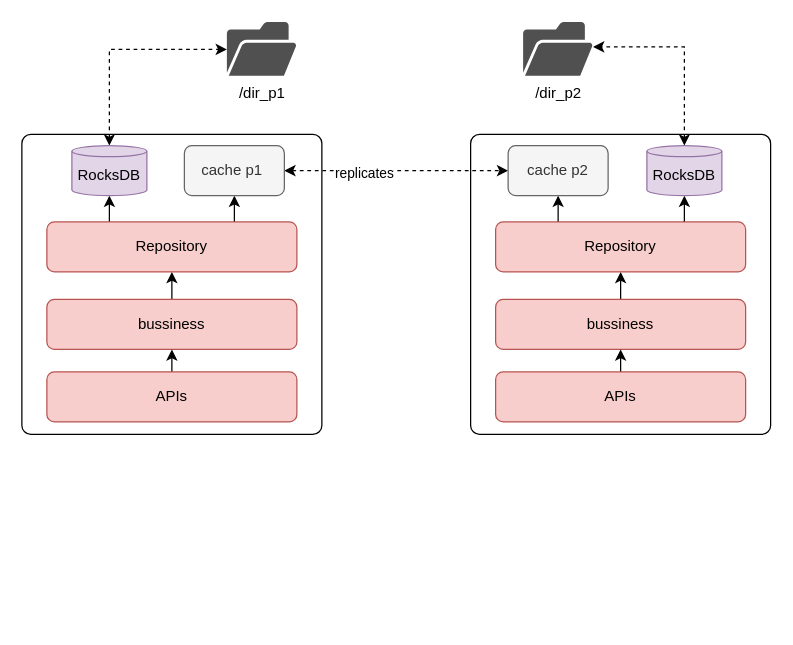
Above: page "RocksDB" (4 of 4) of Reporting.drawio in integrationfirst/omega (draw.io), before the change. Source tidied: cells renumbered, new cells numbered last; positions are measured from the earlier drawing's top-left corner, leaving out a move shared by most shapes. Both pictures are drawn from the tidied source at 125%, with x=0, y=0 at pixel (21, 21).
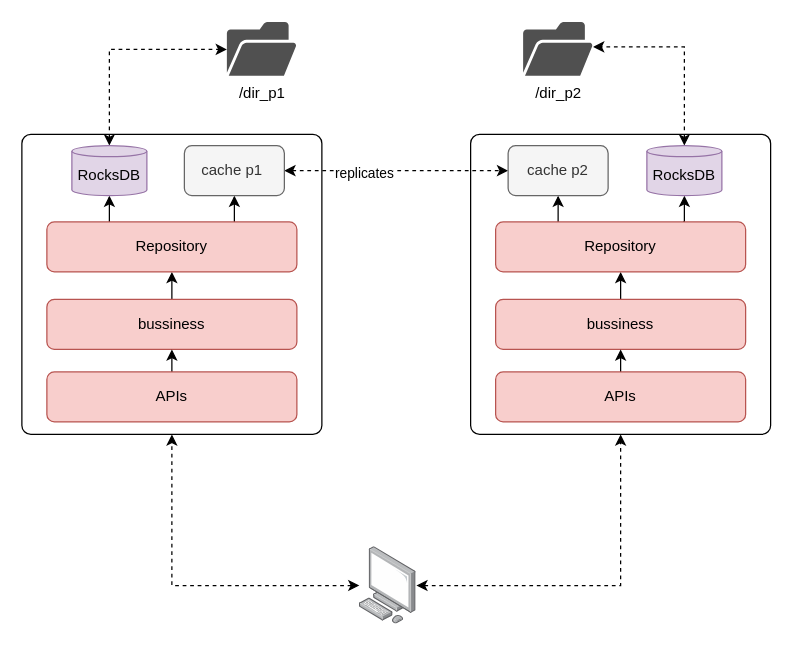
After the change.

Unchanged cells that the change refers to:
```xml
<mxCell id="2" style="rounded=1;whiteSpace=wrap;html=1;arcSize=3;fillColor=none;" parent="1" vertex="1">
  <mxGeometry y="90" width="240" height="240" as="geometry" />
</mxCell>
<mxCell id="15" style="rounded=1;whiteSpace=wrap;html=1;arcSize=3;fillColor=none;direction=east;" parent="1" vertex="1">
  <mxGeometry x="359" y="90" width="240" height="240" as="geometry" />
</mxCell>
```

What changed in the source:
```diff
@@
+    <mxCell id="28" style="edgeStyle=orthogonalEdgeStyle;rounded=0;jettySize=auto;html=1;entryX=0.5;entryY=1;entryDx=0;entryDy=0;dashed=1;startArrow=classic;startFill=1;" parent="1" edge="1" source="30" target="2">
+      <mxGeometry relative="1" as="geometry" />
+    </mxCell>
+    <mxCell id="29" style="edgeStyle=orthogonalEdgeStyle;rounded=0;jettySize=auto;html=1;entryX=0.5;entryY=1;entryDx=0;entryDy=0;dashed=1;startArrow=classic;startFill=1;" parent="1" edge="1" source="30" target="15">
+      <mxGeometry relative="1" as="geometry" />
+    </mxCell>
+    <mxCell id="30" style="points=[];html=1;align=center;shadow=0;dashed=0;image;image=img/lib/allied_telesis/computer_and_terminals/Personal_Computer.svg;fillColor=none;" parent="1" vertex="1">
+      <mxGeometry x="270" y="420" width="45.6" height="61.8" as="geometry" />
+    </mxCell>
```
